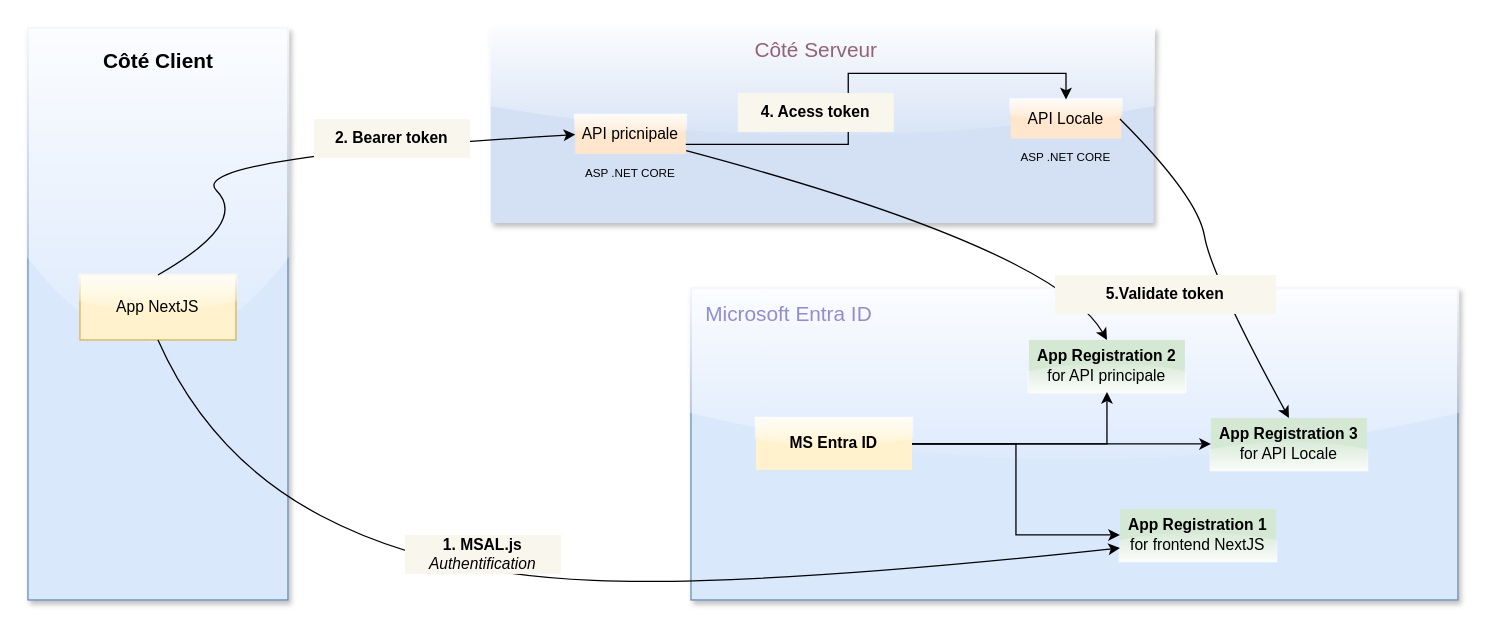
Above: page "Architecture_Auth_Azure_AD_Multi_Apps" (2 of 2) of Conception_DSF.drawio in Michelle-Ngami/Conception_DSF (draw.io), before the change. Source tidied: cells renumbered, new cells numbered last; positions are measured from the earlier drawing's top-left corner, leaving out a move shared by most shapes. Both pictures are drawn from the tidied source at 130%, with x=0, y=0 at pixel (27, 27).
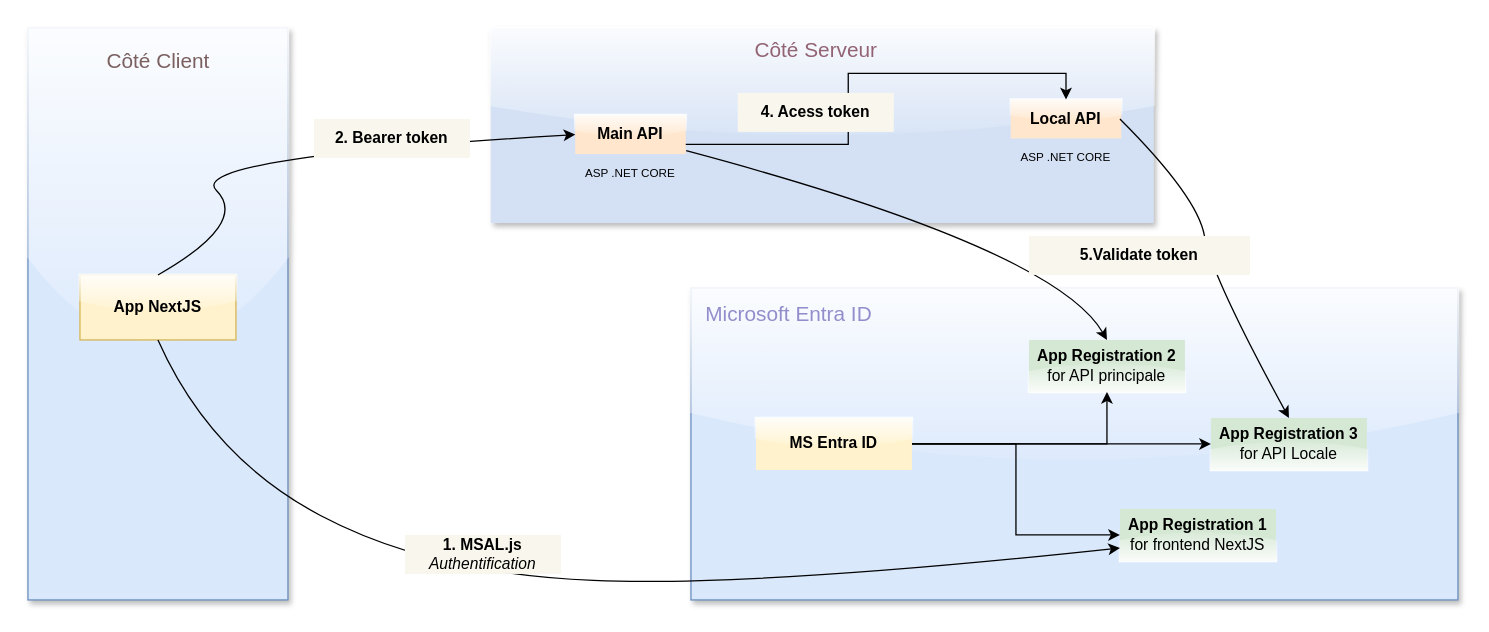
The same page after the edit.

Unchanged cells that the change refers to:
```xml
<mxCell id="7" style="group;" parent="1" vertex="1">
  <mxGeometry x="421" y="67" width="85" height="60" as="geometry" />
</mxCell>
<mxCell id="10" style="group;" parent="1" vertex="1">
  <mxGeometry x="756" y="55" width="85" height="60" as="geometry" />
</mxCell>
```

Diff of the diagram source:
```diff
@@
-    <mxCell id="3" value="Côté Client" style="text;html=1;align=center;verticalAlign=middle;strokeColor=none;fillColor=none;fontStyle=1;fontSize=16;" parent="1" vertex="1">
+    <mxCell id="3" value="Côté Client" style="text;html=1;align=center;verticalAlign=middle;strokeColor=none;fillColor=none;fontStyle=0;fontSize=16;fontColor=light-dark(#7b6060, #ededed);" parent="1" vertex="1">
       <mxGeometry x="50" y="10" width="100" height="30" as="geometry" />
     </mxCell>
-    <mxCell id="4" value="App NextJS" style="rounded=0;whiteSpace=wrap;html=1;fillColor=#fff2cc;strokeColor=#d6b656;glass=1;" parent="1" vertex="1">
+    <mxCell id="4" value="App NextJS" style="rounded=0;whiteSpace=wrap;html=1;fillColor=#fff2cc;strokeColor=#d6b656;glass=1;fontStyle=1;" parent="1" vertex="1">
       <mxGeometry x="40" y="190" width="120" height="50" as="geometry" />
     </mxCell>
@@
-    <mxCell id="8" value="API pricnipale" style="rounded=0;whiteSpace=wrap;html=1;fillColor=#ffe6cc;strokeColor=none;glass=1;" parent="7" vertex="1">
+    <mxCell id="8" value="&lt;b&gt;Main API&lt;/b&gt;" style="rounded=0;whiteSpace=wrap;html=1;fillColor=#ffe6cc;strokeColor=none;glass=1;" parent="7" vertex="1">
       <mxGeometry width="85" height="30" as="geometry" />
     </mxCell>
@@
-    <mxCell id="11" value="API Locale" style="rounded=0;whiteSpace=wrap;html=1;strokeColor=none;glass=1;fillColor=#ffe6cc;" parent="10" vertex="1">
+    <mxCell id="11" value="&lt;b&gt;Local API&lt;/b&gt;" style="rounded=0;whiteSpace=wrap;html=1;strokeColor=none;glass=1;fillColor=#ffe6cc;" parent="10" vertex="1">
       <mxGeometry width="85" height="30" as="geometry" />
     </mxCell>
@@
     <mxCell id="30" value="&lt;b&gt;5.Validate token&lt;/b&gt;" style="text;html=1;align=center;verticalAlign=middle;whiteSpace=wrap;rounded=0;fillColor=#f9f7ed;strokeColor=none;" parent="1" vertex="1">
-      <mxGeometry x="790" y="190" width="170" height="30" as="geometry" />
+      <mxGeometry x="770" y="160" width="170" height="30" as="geometry" />
     </mxCell>
```
